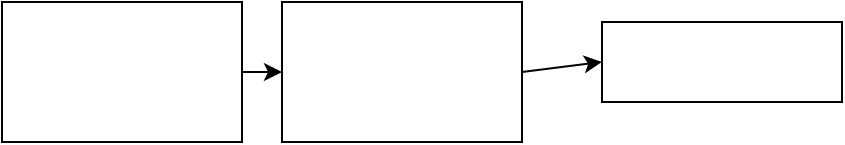
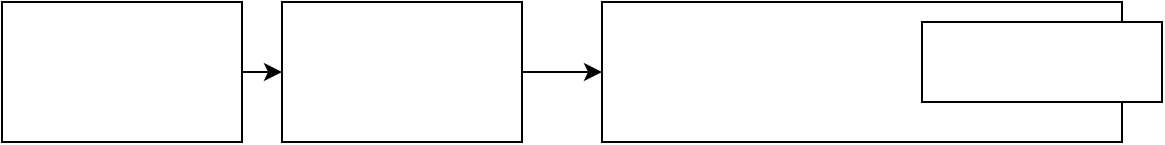
<mxfile>
  <diagram>
    <mxGraphModel>
      <root>
        <mxCell id="0"/>
        <mxCell id="1" parent="0"/>
        <object gap="4" name="src0" placeholders="1" id="9">
          <mxCell style="drawclockType=source;points=[[1.0000,0.5000,0,0,0]];" vertex="1" parent="1">
            <mxGeometry x="0" y="40" width="120" height="70" as="geometry"/>
          </mxCell>
        </object>
        <object gap="4" name="pll0" placeholders="1" id="10">
          <mxCell style="drawclockType=pll;points=[[0.3500,0.3333,0,0,0],[0.6500,0.3333,0,0,0]];" vertex="1" parent="1">
            <mxGeometry x="140" y="40" width="120" height="70" as="geometry"/>
          </mxCell>
        </object>
-         <object gap="4" name="bus" placeholders="1" id="11">
-           <mxCell style="drawclockType=wire;points=[[0.0000,0.5000,0,0,0],[1.0000,0.5000,0,0,0]];" vertex="1" parent="1">
-             <mxGeometry x="300" y="50" width="120" height="40" as="geometry"/>
+         <object freq="50" freq_gap="30" gap="4" name="clk0" placeholders="1" id="12">
+           <mxCell style="drawclockType=clock;points=[[0.0000,0.5000,0,0,0]];" vertex="1" parent="1">
+             <mxGeometry x="300" y="40" width="260" height="70" as="geometry"/>
+           </mxCell>
+         </object>
+         <object gap="4" name="clk0" placeholders="1" id="13">
+           <mxCell style="drawclockType=from;points=[[1.0000,0.5000,0,0,0]];" vertex="1" parent="1">
+             <mxGeometry x="460" y="50" width="120" height="40" as="geometry"/>
          </mxCell>
        </object>
        <mxCell id="19" style="exitX=1;exitY=0.5;entryX=0;entryY=0.5;" edge="1" parent="1" source="9" target="10">
          <mxGeometry relative="1" as="geometry"/>
        </mxCell>
-         <mxCell id="20" style="exitX=1;exitY=0.5;entryX=0;entryY=0.5;" edge="1" parent="1" source="10" target="11">
+         <mxCell id="20" style="exitX=1;exitY=0.5;entryX=0;entryY=0.5;" edge="1" parent="1" source="10" target="12">
          <mxGeometry relative="1" as="geometry"/>
        </mxCell>
      </root>
    </mxGraphModel>
  </diagram>
</mxfile>
